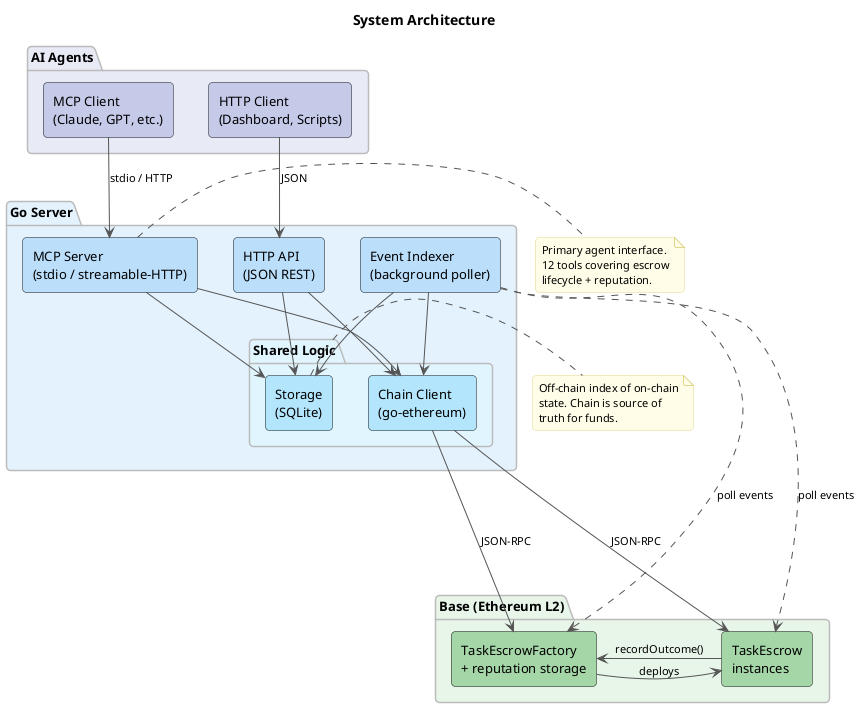
Above: docs/diagrams/architecture.png in eddiefleurent/agent-escrow (PlantUML), before the change.
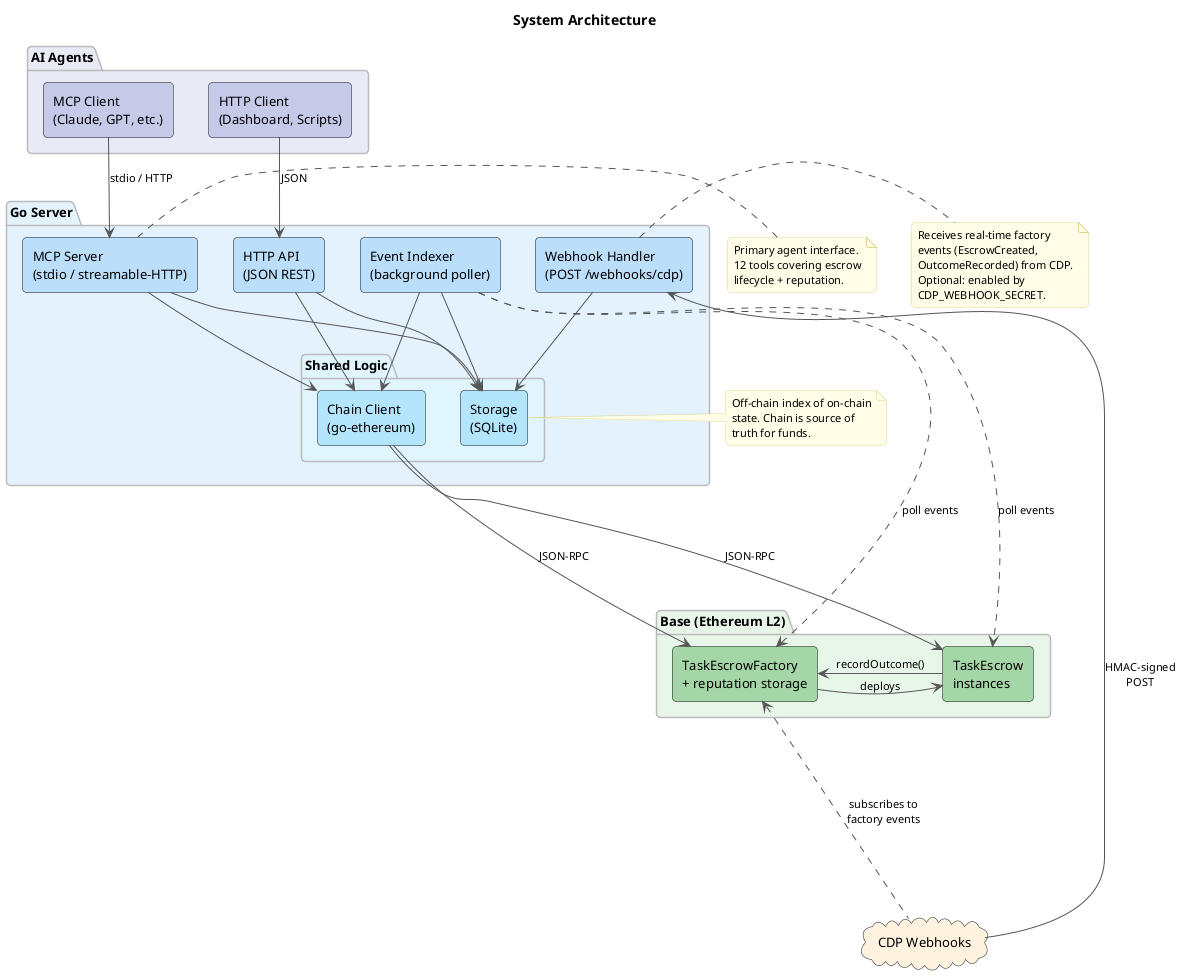
The same file after the commit.

Diff of the diagram source:
```diff
@@ -29,6 +29,7 @@
 package "Go Server" as server #E3F2FD {
   [MCP Server\n(stdio / streamable-HTTP)] as mcp_server #BBDEFB
   [HTTP API\n(JSON REST)] as http_api #BBDEFB
+  [Webhook Handler\n(POST /webhooks/cdp)] as webhook #BBDEFB
   [Event Indexer\n(background poller)] as indexer #BBDEFB
 
   package "Shared Logic" as shared #E1F5FE {
@@ -40,6 +41,7 @@
   mcp_server -down-> storage
   http_api -down-> chain_client
   http_api -down-> storage
+  webhook -down-> storage
   indexer -down-> chain_client
   indexer -down-> storage
 }
@@ -51,6 +53,8 @@
   escrow -left-> factory : recordOutcome()
 }
 
+cloud "CDP Webhooks" as cdp #FFF3E0
+
 mcp_client -down-> mcp_server : stdio / HTTP
 http_client -down-> http_api : JSON
 
@@ -59,10 +63,21 @@
 indexer ..down..> factory : poll events
 indexer ..down..> escrow : poll events
 
+cdp -down-> webhook : HMAC-signed\nPOST
+cdp ..up..> factory : subscribes to\nfactory events
+
 note right of mcp_server
   Primary agent interface.
   12 tools covering escrow
   lifecycle + reputation.
+end note
+
+note right of webhook
+  Receives real-time factory
+  events (EscrowCreated,
+  OutcomeRecorded) from CDP.
+  Optional: enabled by
+  CDP_WEBHOOK_SECRET.
 end note
 
 note right of storage
```
